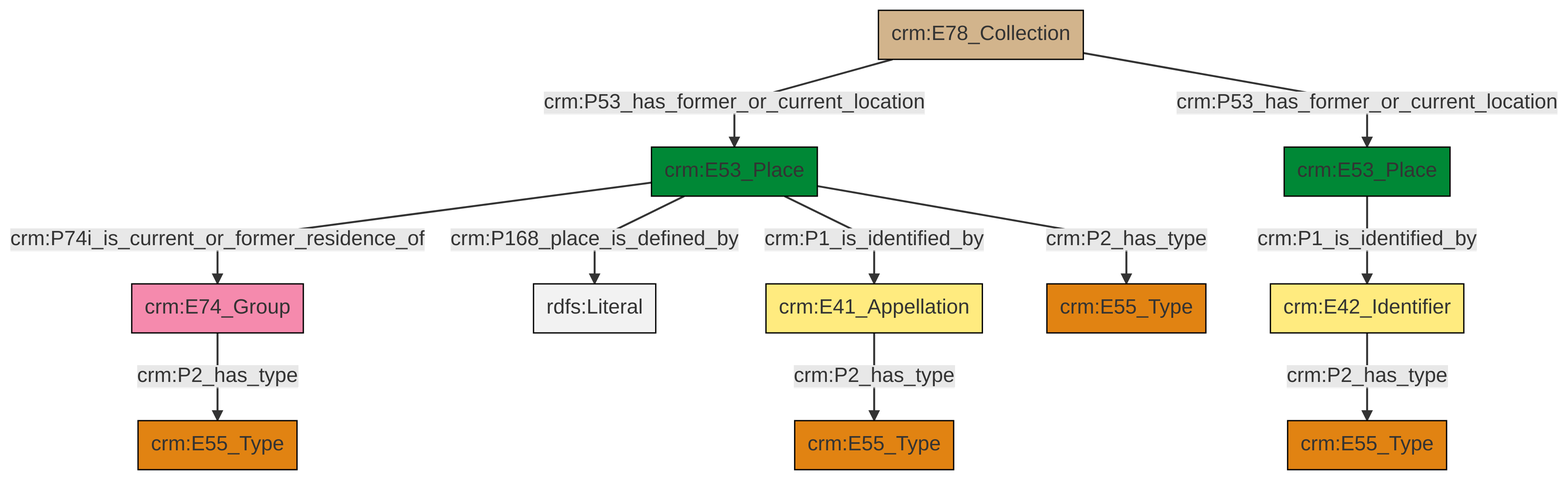
Above: et/archivalCSV/ttl/mmd/png/archival_location.png in swiss-art-research-net/docs.swissartresearch (Mermaid), before the change. Its source is kept beside it as et/archivalCSV/ttl/mmd/archival_location.ttl.mmd.
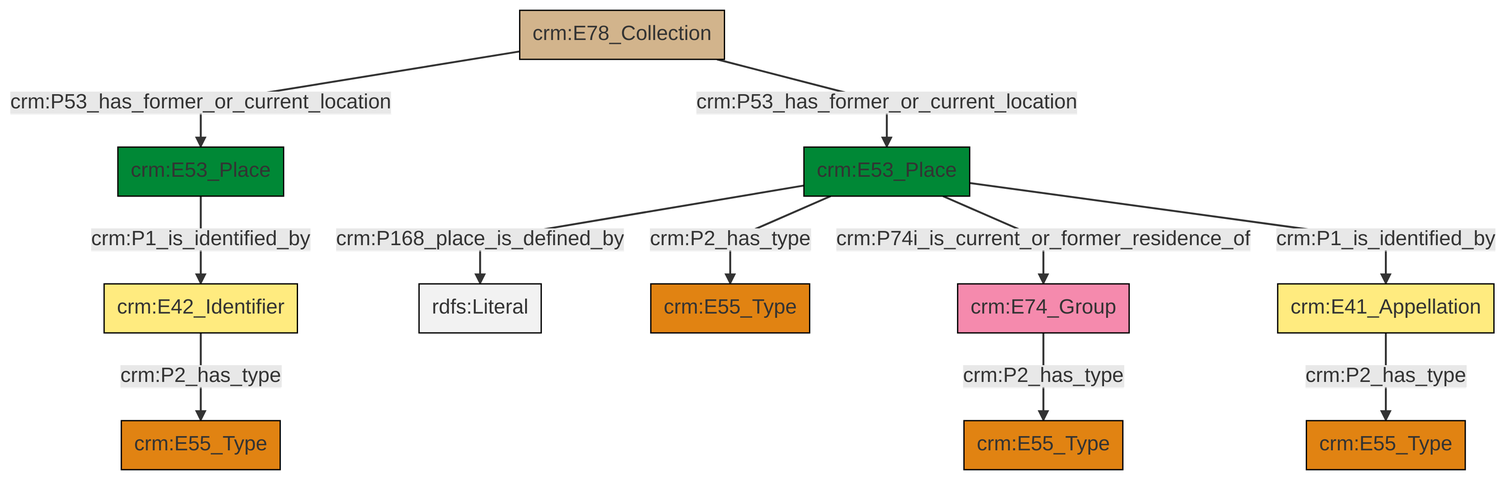
After the change.

Diff of the diagram source:
```diff
@@ -13,13 +13,13 @@
 classDef PC_Classes fill:#4ce600, stroke:#000000;
 classDef Multi fill:#cccccc,stroke:#000000;
 
-6["crm:E53_Place"]:::Place -->|crm:P74i_is_current_or_former_residence_of| 7["crm:E74_Group"]:::Actor
-4["crm:E41_Appellation"]:::Appellation -->|crm:P2_has_type| 10["crm:E55_Type"]:::Type
-12["crm:E78_Collection"]:::Physical_Thing -->|crm:P53_has_former_or_current_location| 6["crm:E53_Place"]:::Place
-6["crm:E53_Place"]:::Place -->|crm:P168_place_is_defined_by| 16[rdfs:Literal]:::Literal
-7["crm:E74_Group"]:::Actor -->|crm:P2_has_type| 14["crm:E55_Type"]:::Type
-6["crm:E53_Place"]:::Place -->|crm:P1_is_identified_by| 4["crm:E41_Appellation"]:::Appellation
-12["crm:E78_Collection"]:::Physical_Thing -->|crm:P53_has_former_or_current_location| 8["crm:E53_Place"]:::Place
-0["crm:E42_Identifier"]:::Appellation -->|crm:P2_has_type| 19["crm:E55_Type"]:::Type
-8["crm:E53_Place"]:::Place -->|crm:P1_is_identified_by| 0["crm:E42_Identifier"]:::Appellation
-6["crm:E53_Place"]:::Place -->|crm:P2_has_type| 2["crm:E55_Type"]:::Type
+6["crm:E53_Place"]:::Place -->|crm:P168_place_is_defined_by| 7[rdfs:Literal]:::Literal
+6["crm:E53_Place"]:::Place -->|crm:P74i_is_current_or_former_residence_of| 10["crm:E74_Group"]:::Actor
+2["crm:E78_Collection"]:::Physical_Thing -->|crm:P53_has_former_or_current_location| 13["crm:E53_Place"]:::Place
+10["crm:E74_Group"]:::Actor -->|crm:P2_has_type| 4["crm:E55_Type"]:::Type
+6["crm:E53_Place"]:::Place -->|crm:P1_is_identified_by| 15["crm:E41_Appellation"]:::Appellation
+0["crm:E42_Identifier"]:::Appellation -->|crm:P2_has_type| 11["crm:E55_Type"]:::Type
+13["crm:E53_Place"]:::Place -->|crm:P1_is_identified_by| 0["crm:E42_Identifier"]:::Appellation
+2["crm:E78_Collection"]:::Physical_Thing -->|crm:P53_has_former_or_current_location| 6["crm:E53_Place"]:::Place
+15["crm:E41_Appellation"]:::Appellation -->|crm:P2_has_type| 21["crm:E55_Type"]:::Type
+6["crm:E53_Place"]:::Place -->|crm:P2_has_type| 8["crm:E55_Type"]:::Type
```
